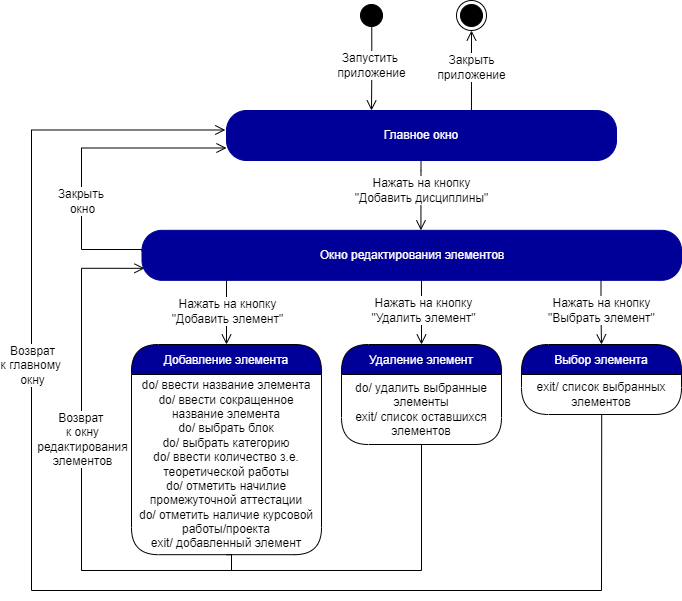
Earlier version of the draw.io export SM_Bloks/Edit_element/State_machine_edit_element.drawio.png (iCosmos76/Curriculum-Designer). Source tidied: cells renumbered, new cells last; positions are measured from the earlier drawing's top-left corner, leaving out a move shared by most shapes.
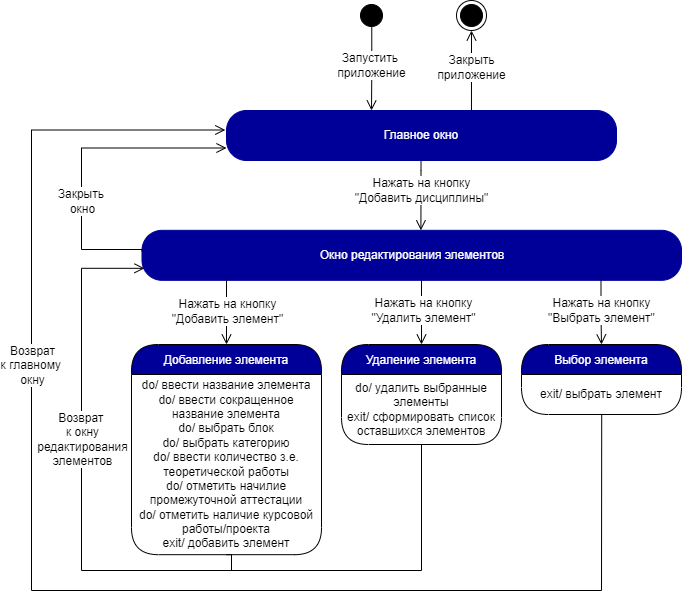
After the change.

The edit, as a diff of the source:
```diff
@@ -42,7 +42,7 @@
     <mxCell id="9" value="Добавление элемента" style="swimlane;fontStyle=0;align=center;verticalAlign=middle;horizontal=1;startSize=30;fontColor=#FFFFFF;rounded=1;arcSize=30;strokeColor=#030000;fillColor=#000099;swimlaneFillColor=#FFFFFF;fontSize=12;" parent="1" vertex="1">
       <mxGeometry x="100" y="344" width="190" height="210.2" as="geometry" />
     </mxCell>
-    <mxCell id="10" value="do/ ввести название элемента&lt;br&gt;do/ ввести сокращенное название элемента&lt;br&gt;do/ выбрать блок&lt;br&gt;do/ выбрать категорию&lt;br&gt;do/ ввести количество з.е. теоретической работы&lt;br&gt;do/ отметить начилие промежуточной аттестации&lt;br&gt;do/ отметить наличие курсовой работы/проекта&lt;br&gt;exit/ добавленный элемент" style="text;html=1;strokeColor=none;fillColor=none;align=center;verticalAlign=middle;spacingLeft=4;spacingRight=4;whiteSpace=wrap;overflow=hidden;fontColor=#000000;fontSize=12;" parent="9" vertex="1">
+    <mxCell id="10" value="do/ ввести название элемента&lt;br&gt;do/ ввести сокращенное название элемента&lt;br&gt;do/ выбрать блок&lt;br&gt;do/ выбрать категорию&lt;br&gt;do/ ввести количество з.е. теоретической работы&lt;br&gt;do/ отметить начилие промежуточной аттестации&lt;br&gt;do/ отметить наличие курсовой работы/проекта&lt;br&gt;exit/ добавить элемент" style="text;html=1;strokeColor=none;fillColor=none;align=center;verticalAlign=middle;spacingLeft=4;spacingRight=4;whiteSpace=wrap;overflow=hidden;fontColor=#000000;fontSize=12;" parent="9" vertex="1">
       <mxGeometry y="30" width="190" height="180.2" as="geometry" />
     </mxCell>
     <mxCell id="11" value="Окно редактирования элементов" style="rounded=1;whiteSpace=wrap;html=1;arcSize=40;fontColor=#FFFFFF;fillColor=#000099;strokeColor=#000099;" parent="1" vertex="1">
@@ -105,10 +105,10 @@
         <mxPoint x="-1" y="6" as="offset" />
       </mxGeometry>
     </mxCell>
-    <mxCell id="20" value="Удаление элемент" style="swimlane;fontStyle=0;align=center;verticalAlign=middle;horizontal=1;startSize=30;fontColor=#FFFFFF;rounded=1;arcSize=30;strokeColor=#030000;fillColor=#000099;swimlaneFillColor=#FFFFFF;fontSize=12;" parent="1" vertex="1">
+    <mxCell id="20" value="Удаление элемента" style="swimlane;fontStyle=0;align=center;verticalAlign=middle;horizontal=1;startSize=30;fontColor=#FFFFFF;rounded=1;arcSize=30;strokeColor=#030000;fillColor=#000099;swimlaneFillColor=#FFFFFF;fontSize=12;" parent="1" vertex="1">
       <mxGeometry x="310" y="344" width="160" height="100" as="geometry" />
     </mxCell>
-    <mxCell id="21" value="do/ удалить выбранные элементы&lt;br&gt;exit/ список оставшихся элементов" style="text;html=1;strokeColor=none;fillColor=none;align=center;verticalAlign=middle;spacingLeft=4;spacingRight=4;whiteSpace=wrap;overflow=hidden;fontColor=#000000;fontSize=12;" parent="20" vertex="1">
+    <mxCell id="21" value="do/ удалить выбранные элементы&lt;br&gt;exit/ сформировать список оставшихся элементов" style="text;html=1;strokeColor=none;fillColor=none;align=center;verticalAlign=middle;spacingLeft=4;spacingRight=4;whiteSpace=wrap;overflow=hidden;fontColor=#000000;fontSize=12;" parent="20" vertex="1">
       <mxGeometry y="30" width="160" height="70" as="geometry" />
     </mxCell>
     <mxCell id="22" style="edgeStyle=orthogonalEdgeStyle;html=1;verticalAlign=bottom;endArrow=open;endSize=8;strokeColor=#000000;rounded=0;fontSize=10;entryX=0.5;entryY=0;entryDx=0;entryDy=0;" parent="1" edge="1" target="24">
@@ -128,7 +128,7 @@
     <mxCell id="24" value="Выбор элемента" style="swimlane;fontStyle=0;align=center;verticalAlign=middle;horizontal=1;startSize=30;fontColor=#FFFFFF;rounded=1;arcSize=30;strokeColor=#030000;fillColor=#000099;swimlaneFillColor=#FFFFFF;fontSize=12;" parent="1" vertex="1">
       <mxGeometry x="490" y="344" width="160" height="70" as="geometry" />
     </mxCell>
-    <mxCell id="25" value="exit/ список выбранных элементов" style="text;html=1;strokeColor=none;fillColor=none;align=center;verticalAlign=middle;spacingLeft=4;spacingRight=4;whiteSpace=wrap;overflow=hidden;fontColor=#000000;fontSize=12;" parent="24" vertex="1">
+    <mxCell id="25" value="exit/ выбрать элемент" style="text;html=1;strokeColor=none;fillColor=none;align=center;verticalAlign=middle;spacingLeft=4;spacingRight=4;whiteSpace=wrap;overflow=hidden;fontColor=#000000;fontSize=12;" parent="24" vertex="1">
       <mxGeometry y="30" width="160" height="40" as="geometry" />
     </mxCell>
     <mxCell id="26" style="edgeStyle=orthogonalEdgeStyle;html=1;verticalAlign=bottom;endArrow=open;endSize=8;strokeColor=#000000;rounded=0;fontSize=10;entryX=-0.003;entryY=0.39;entryDx=0;entryDy=0;entryPerimeter=0;" parent="1" edge="1" target="6">
```
